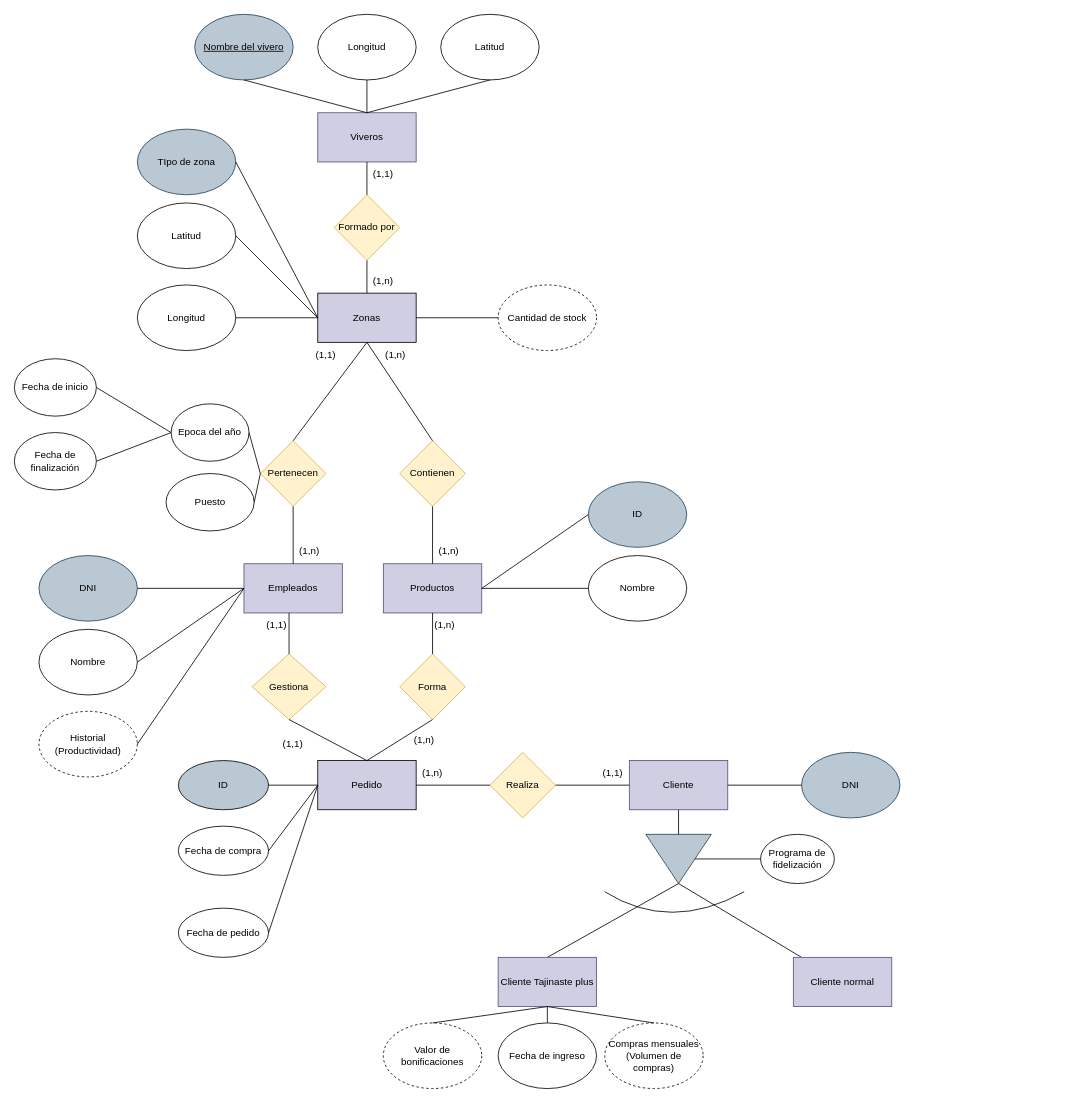
Before: Modelo entidad relacion/Practica_2/viveros.drawio in alu0101101507/ADBD, a draw.io diagram. Source tidied: cells renumbered, new cells numbered last; positions are measured from the earlier drawing's top-left corner, leaving out a move shared by most shapes. Both pictures are drawn from the tidied source at 82%, with x=0, y=0 at pixel (14, 14).
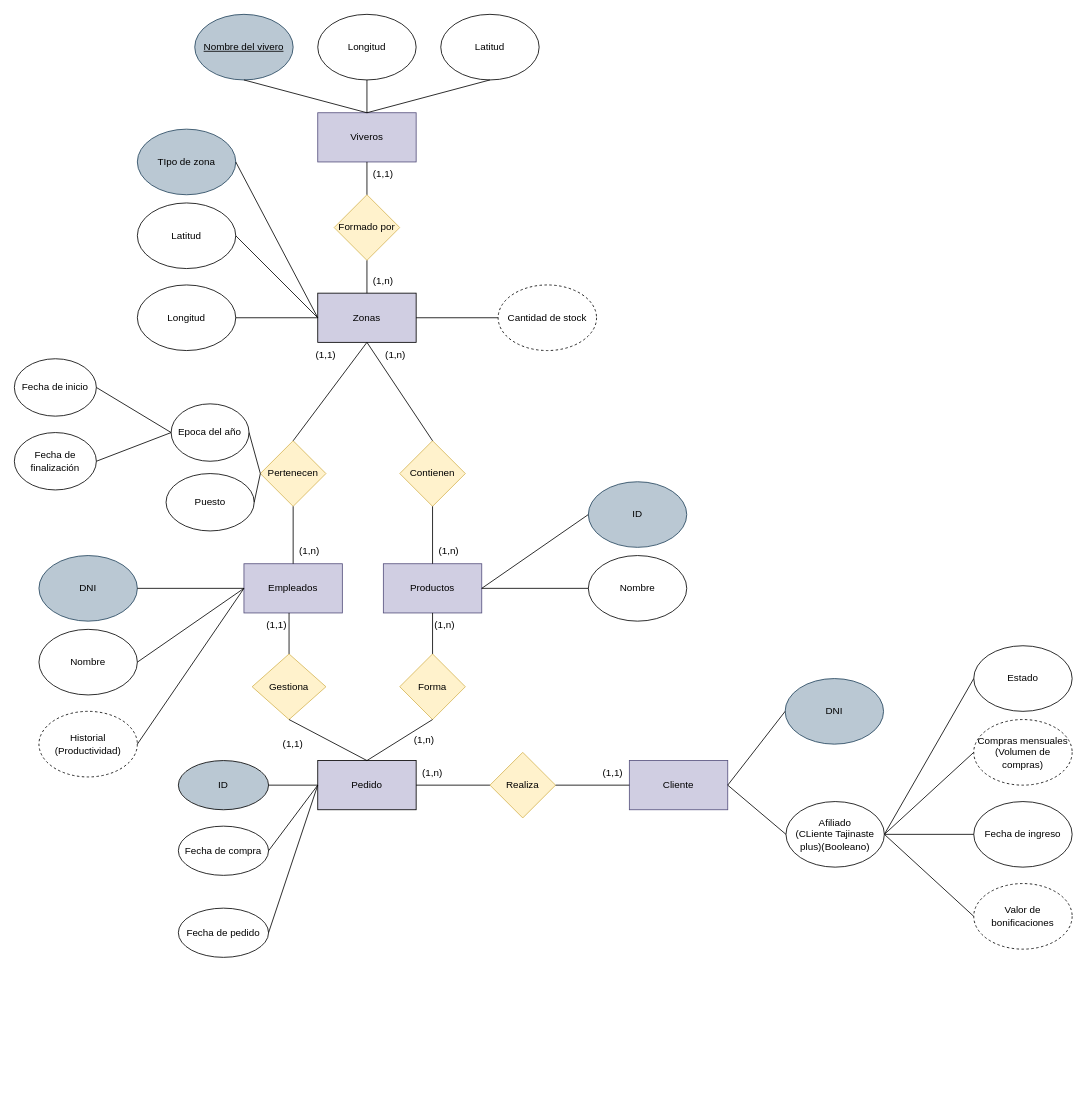
The same diagram, later.

Unchanged cells that the change refers to:
```xml
<mxCell id="19" value="&lt;div&gt;Cliente&lt;/div&gt;" style="rounded=0;whiteSpace=wrap;html=1;fillColor=#d0cee2;strokeColor=#56517e;" parent="1" vertex="1">
  <mxGeometry x="750" y="910" width="120" height="60" as="geometry" />
</mxCell>
```

The edit, as a diff of the source:
```diff
@@
-    <mxCell id="20" style="triangle;whiteSpace=wrap;html=1;direction=south;fillColor=#bac8d3;strokeColor=#23445d;" parent="1" vertex="1">
-      <mxGeometry x="770" y="1000" width="80" height="60" as="geometry" />
-    </mxCell>
-    <mxCell id="21" style="endArrow=none;html=1;rounded=0;exitX=0.5;exitY=1;exitDx=0;exitDy=0;entryX=0;entryY=0.5;entryDx=0;entryDy=0;" parent="1" edge="1" source="19" target="20">
-      <mxGeometry relative="1" as="geometry" />
-    </mxCell>
-    <mxCell id="22" style="endArrow=none;html=1;rounded=0;exitX=1;exitY=0.5;exitDx=0;exitDy=0;entryX=0.5;entryY=0;entryDx=0;entryDy=0;" parent="1" edge="1" source="20" target="25">
-      <mxGeometry relative="1" as="geometry" />
-    </mxCell>
-    <mxCell id="23" style="endArrow=none;html=1;rounded=0;exitX=1;exitY=0.5;exitDx=0;exitDy=0;" parent="1" edge="1" source="20" target="24">
-      <mxGeometry relative="1" as="geometry" />
-    </mxCell>
-    <mxCell id="24" value="Cliente normal" style="rounded=0;whiteSpace=wrap;html=1;fillColor=#d0cee2;strokeColor=#56517e;" parent="1" vertex="1">
-      <mxGeometry x="950" y="1150" width="120" height="60" as="geometry" />
-    </mxCell>
-    <mxCell id="25" value="Cliente Tajinaste plus" style="rounded=0;whiteSpace=wrap;html=1;fillColor=#d0cee2;strokeColor=#56517e;" parent="1" vertex="1">
-      <mxGeometry x="590" y="1150" width="120" height="60" as="geometry" />
-    </mxCell>
@@
-    <mxCell id="35" value="Programa de fidelización " style="ellipse;whiteSpace=wrap;html=1;" parent="1" vertex="1">
-      <mxGeometry x="910" y="1000" width="90" height="60" as="geometry" />
-    </mxCell>
-    <mxCell id="36" style="endArrow=none;html=1;rounded=0;exitX=0.5;exitY=0;exitDx=0;exitDy=0;entryX=0;entryY=0.5;entryDx=0;entryDy=0;" parent="1" edge="1" source="20" target="35">
-      <mxGeometry relative="1" as="geometry" />
-    </mxCell>
@@
     <mxCell id="40" value="Valor de bonificaciones" style="ellipse;whiteSpace=wrap;html=1;dashed=1;" parent="1" vertex="1">
-      <mxGeometry x="450" y="1230" width="120" height="80" as="geometry" />
+      <mxGeometry x="1170" y="1060" width="120" height="80" as="geometry" />
     </mxCell>
-    <mxCell id="41" style="endArrow=none;html=1;rounded=0;exitX=0.5;exitY=0;exitDx=0;exitDy=0;entryX=0.5;entryY=1;entryDx=0;entryDy=0;" parent="1" edge="1" source="40" target="25">
+    <mxCell id="41" style="endArrow=none;html=1;rounded=0;exitX=0;exitY=0.5;exitDx=0;exitDy=0;entryX=1;entryY=0.5;entryDx=0;entryDy=0;" parent="1" edge="1" source="40" target="93">
       <mxGeometry relative="1" as="geometry" />
     </mxCell>
@@
     <mxCell id="62" value="DNI" style="ellipse;whiteSpace=wrap;html=1;fillColor=#bac8d3;strokeColor=#23445d;" parent="1" vertex="1">
-      <mxGeometry x="960" y="900" width="120" height="80" as="geometry" />
+      <mxGeometry x="940" y="810" width="120" height="80" as="geometry" />
     </mxCell>
@@
     <mxCell id="64" value="Fecha de ingreso" style="ellipse;whiteSpace=wrap;html=1;" parent="1" vertex="1">
-      <mxGeometry x="590" y="1230" width="120" height="80" as="geometry" />
+      <mxGeometry x="1170" y="960" width="120" height="80" as="geometry" />
     </mxCell>
     <mxCell id="65" value="Compras mensuales&lt;br&gt;(Volumen de compras)" style="ellipse;whiteSpace=wrap;html=1;dashed=1;" parent="1" vertex="1">
-      <mxGeometry x="720" y="1230" width="120" height="80" as="geometry" />
+      <mxGeometry x="1170" y="860" width="120" height="80" as="geometry" />
     </mxCell>
-    <mxCell id="66" style="endArrow=none;html=1;rounded=0;exitX=0.5;exitY=0;exitDx=0;exitDy=0;entryX=0.5;entryY=1;entryDx=0;entryDy=0;" parent="1" edge="1" source="64" target="25">
+    <mxCell id="66" style="endArrow=none;html=1;rounded=0;exitX=0;exitY=0.5;exitDx=0;exitDy=0;entryX=1;entryY=0.5;entryDx=0;entryDy=0;" parent="1" edge="1" source="64" target="93">
       <mxGeometry relative="1" as="geometry" />
     </mxCell>
-    <mxCell id="67" style="endArrow=none;html=1;rounded=0;exitX=0.5;exitY=1;exitDx=0;exitDy=0;entryX=0.5;entryY=0;entryDx=0;entryDy=0;" parent="1" edge="1" source="25" target="65">
+    <mxCell id="67" style="endArrow=none;html=1;rounded=0;exitX=1;exitY=0.5;exitDx=0;exitDy=0;entryX=0;entryY=0.5;entryDx=0;entryDy=0;" parent="1" edge="1" source="93" target="65">
       <mxGeometry relative="1" as="geometry" />
     </mxCell>
-    <mxCell id="68" style="endArrow=none;html=1;rounded=0;curved=1;" parent="1" edge="1">
-      <mxGeometry relative="1" as="geometry">
-        <mxPoint x="720" y="1070" as="sourcePoint" />
-        <mxPoint x="890" y="1070" as="targetPoint" />
-        <Array as="points">
-          <mxPoint x="800" y="1120" />
-        </Array>
-      </mxGeometry>
-    </mxCell>
@@
+    <mxCell id="93" value="Afiliado&lt;br&gt;(CLiente Tajinaste plus)(Booleano)" style="ellipse;whiteSpace=wrap;html=1;" parent="1" vertex="1">
+      <mxGeometry x="941" y="960" width="120" height="80" as="geometry" />
+    </mxCell>
+    <mxCell id="94" style="endArrow=none;html=1;rounded=0;exitX=1;exitY=0.5;exitDx=0;exitDy=0;entryX=0;entryY=0.5;entryDx=0;entryDy=0;" parent="1" edge="1" source="19" target="93">
+      <mxGeometry relative="1" as="geometry" />
+    </mxCell>
+    <mxCell id="95" value="Estado" style="ellipse;whiteSpace=wrap;html=1;" parent="1" vertex="1">
+      <mxGeometry x="1170" y="770" width="120" height="80" as="geometry" />
+    </mxCell>
+    <mxCell id="96" style="endArrow=none;html=1;rounded=0;exitX=1;exitY=0.5;exitDx=0;exitDy=0;entryX=0;entryY=0.5;entryDx=0;entryDy=0;" parent="1" edge="1" source="93" target="95">
+      <mxGeometry relative="1" as="geometry" />
+    </mxCell>
```
